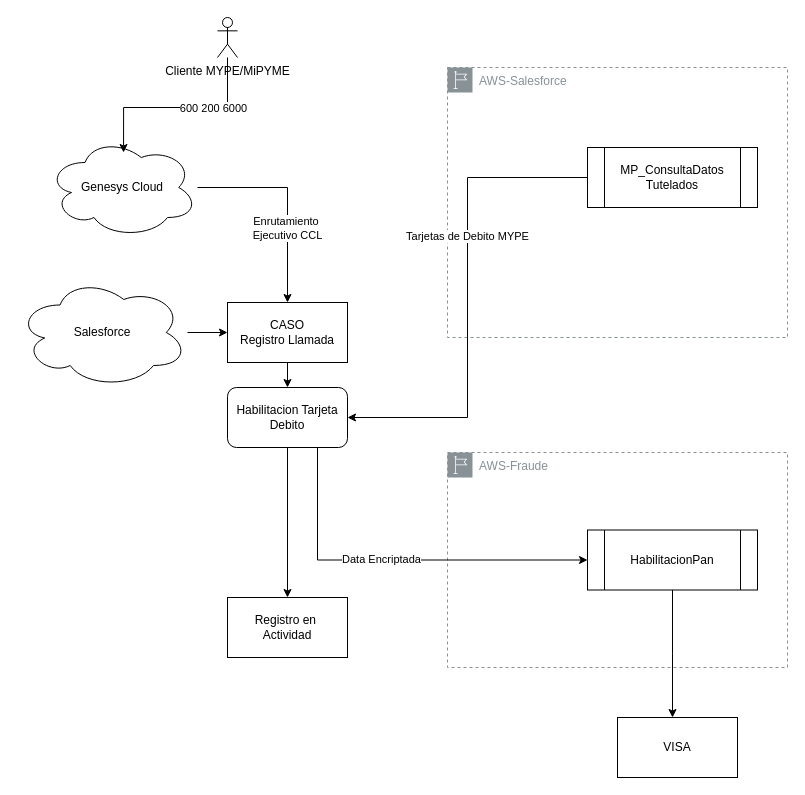
The draw.io diagram habilitacion mYPE.drawio in nonate/personalProject, before the edit. Source tidied: cells renumbered, new cells numbered last; positions are measured from the earlier drawing's top-left corner, leaving out a move shared by most shapes. Both pictures are drawn from the tidied source at 100%, with x=0, y=0 at pixel (17, 17).
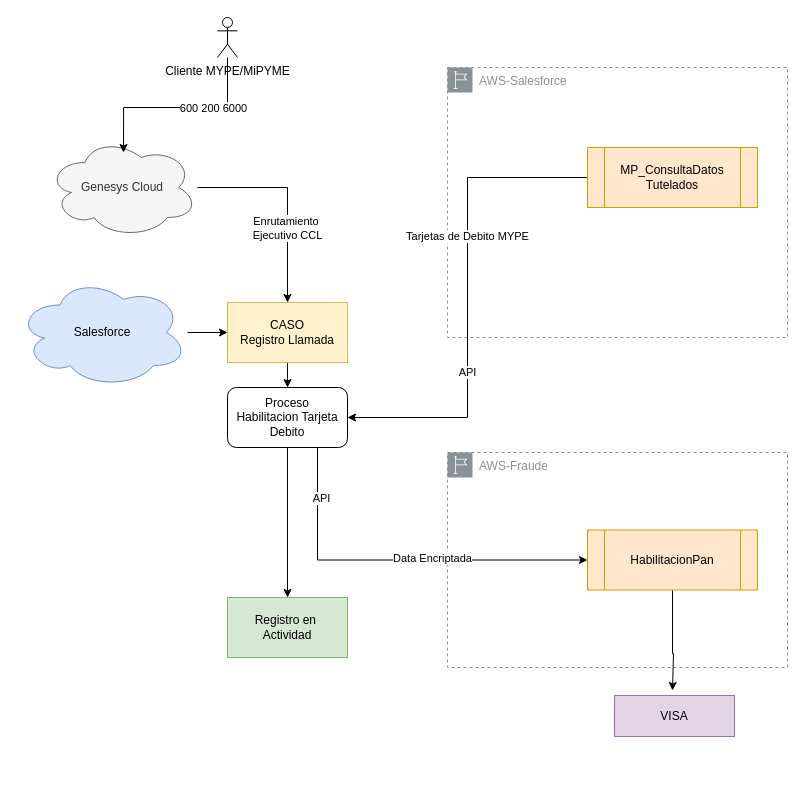
The same diagram, later.

Unchanged cells that the change refers to:
```xml
<mxCell id="3" style="edgeStyle=orthogonalEdgeStyle;rounded=0;jettySize=auto;html=1;entryX=1;entryY=0.5;entryDx=0;entryDy=0;" parent="1" edge="1" source="5" target="16">
  <mxGeometry relative="1" as="geometry" />
</mxCell>
<mxCell id="19" style="edgeStyle=orthogonalEdgeStyle;rounded=0;jettySize=auto;html=1;entryX=0.75;entryY=1;entryDx=0;entryDy=0;strokeColor=default;endArrow=none;startFill=1;startArrow=classic;" parent="1" edge="1" source="21" target="16">
  <mxGeometry relative="1" as="geometry" />
</mxCell>
```

Change to the diagram source:
```diff
@@
+    <mxCell id="25" value="API" style="edgeLabel;html=1;align=center;verticalAlign=middle;" parent="3" vertex="1">
+      <mxGeometry x="0.31" y="-1" relative="1" as="geometry" />
+    </mxCell>
-    <mxCell id="5" value="MP_ConsultaDatos&lt;div&gt;Tutelados&lt;/div&gt;" style="shape=process;whiteSpace=wrap;html=1;backgroundOutline=1;" parent="1" vertex="1">
+    <mxCell id="5" value="MP_ConsultaDatos&lt;div&gt;Tutelados&lt;/div&gt;" style="shape=process;whiteSpace=wrap;html=1;backgroundOutline=1;fillColor=#ffe6cc;strokeColor=#d79b00;" parent="1" vertex="1">
       <mxGeometry x="570" y="130" width="170" height="60" as="geometry" />
     </mxCell>
@@
-    <mxCell id="7" value="Salesforce" style="ellipse;shape=cloud;whiteSpace=wrap;html=1;" parent="1" vertex="1">
+    <mxCell id="7" value="Salesforce" style="ellipse;shape=cloud;whiteSpace=wrap;html=1;fillColor=#dae8fc;strokeColor=#6c8ebf;" parent="1" vertex="1">
       <mxGeometry y="260" width="170" height="110" as="geometry" />
     </mxCell>
@@
-    <mxCell id="9" value="CASO&lt;div&gt;Registro Llamada&lt;/div&gt;" style="rounded=0;whiteSpace=wrap;html=1;" parent="1" vertex="1">
+    <mxCell id="9" value="CASO&lt;div&gt;Registro Llamada&lt;/div&gt;" style="rounded=0;whiteSpace=wrap;html=1;fillColor=#fff2cc;strokeColor=#d6b656;" parent="1" vertex="1">
       <mxGeometry x="210" y="285" width="120" height="60" as="geometry" />
     </mxCell>
@@
-    <mxCell id="12" value="Genesys Cloud" style="ellipse;shape=cloud;whiteSpace=wrap;html=1;" parent="1" vertex="1">
+    <mxCell id="12" value="Genesys Cloud" style="ellipse;shape=cloud;whiteSpace=wrap;html=1;fillColor=#f5f5f5;fontColor=#333333;strokeColor=#666666;" parent="1" vertex="1">
       <mxGeometry x="30" y="120" width="150" height="100" as="geometry" />
     </mxCell>
@@
-    <mxCell id="16" value="Habilitacion Tarjeta Debito" style="rounded=1;whiteSpace=wrap;html=1;" parent="1" vertex="1">
+    <mxCell id="16" value="&lt;div&gt;Proceso&lt;/div&gt;Habilitacion Tarjeta Debito" style="rounded=1;whiteSpace=wrap;html=1;" parent="1" vertex="1">
       <mxGeometry x="210" y="370" width="120" height="60" as="geometry" />
     </mxCell>
@@
     <mxCell id="18" style="edgeStyle=orthogonalEdgeStyle;rounded=0;jettySize=auto;html=1;" parent="1" edge="1" source="21">
       <mxGeometry relative="1" as="geometry">
-        <mxPoint x="655" y="700" as="targetPoint" />
+        <mxPoint x="655" y="673" as="targetPoint" />
+        <Array as="points">
+          <mxPoint x="655" y="636" />
+          <mxPoint x="656" y="636" />
+        </Array>
       </mxGeometry>
     </mxCell>
@@
     <mxCell id="20" value="Data Encriptada" style="edgeLabel;html=1;align=center;verticalAlign=middle;" parent="19" vertex="1">
-      <mxGeometry x="0.08" y="-1" relative="1" as="geometry" />
+      <mxGeometry x="0.08" y="-1" relative="1" as="geometry">
+        <mxPoint x="51" y="-1" as="offset" />
+      </mxGeometry>
     </mxCell>
+    <mxCell id="26" value="API" style="edgeLabel;html=1;align=center;verticalAlign=middle;" parent="19" vertex="1">
+      <mxGeometry x="0.74" y="-3" relative="1" as="geometry">
+        <mxPoint y="1" as="offset" />
+      </mxGeometry>
+    </mxCell>
-    <mxCell id="21" value="HabilitacionPan" style="shape=process;whiteSpace=wrap;html=1;backgroundOutline=1;" parent="1" vertex="1">
+    <mxCell id="21" value="HabilitacionPan" style="shape=process;whiteSpace=wrap;html=1;backgroundOutline=1;fillColor=#ffe6cc;strokeColor=#d79b00;" parent="1" vertex="1">
       <mxGeometry x="570" y="512.5" width="170" height="60" as="geometry" />
     </mxCell>
-    <mxCell id="22" value="VISA" style="rounded=0;whiteSpace=wrap;html=1;" parent="1" vertex="1">
-      <mxGeometry x="600" y="700" width="120" height="60" as="geometry" />
+    <mxCell id="22" value="VISA" style="rounded=0;whiteSpace=wrap;html=1;fillColor=#e1d5e7;strokeColor=#9673a6;" parent="1" vertex="1">
+      <mxGeometry x="597" y="678" width="120" height="41" as="geometry" />
     </mxCell>
@@
-    <mxCell id="24" value="Registro en&amp;nbsp;&lt;div&gt;Actividad&lt;/div&gt;" style="rounded=0;whiteSpace=wrap;html=1;" parent="1" vertex="1">
+    <mxCell id="24" value="Registro en&amp;nbsp;&lt;div&gt;Actividad&lt;/div&gt;" style="rounded=0;whiteSpace=wrap;html=1;fillColor=#d5e8d4;strokeColor=#82b366;" parent="1" vertex="1">
       <mxGeometry x="210" y="580" width="120" height="60" as="geometry" />
     </mxCell>
```
